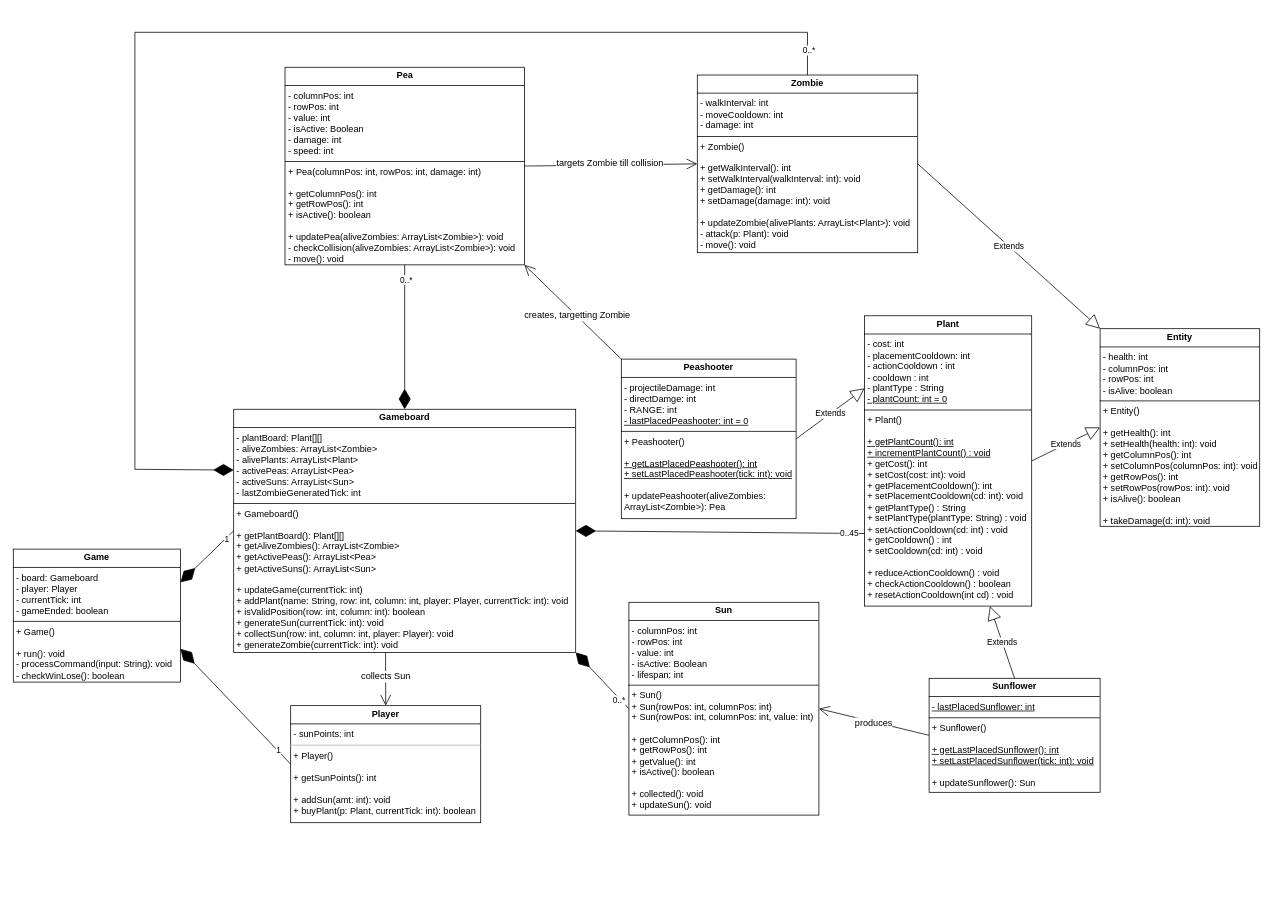
Before: pvz-uml.drawio in gabespineli/plants-vs-zombies, a draw.io diagram. Source tidied: cells renumbered, new cells numbered last; positions are measured from the earlier drawing's top-left corner, leaving out a move shared by most shapes. Both pictures are drawn from the tidied source at 76%, with x=0, y=0 at pixel (13, 32).
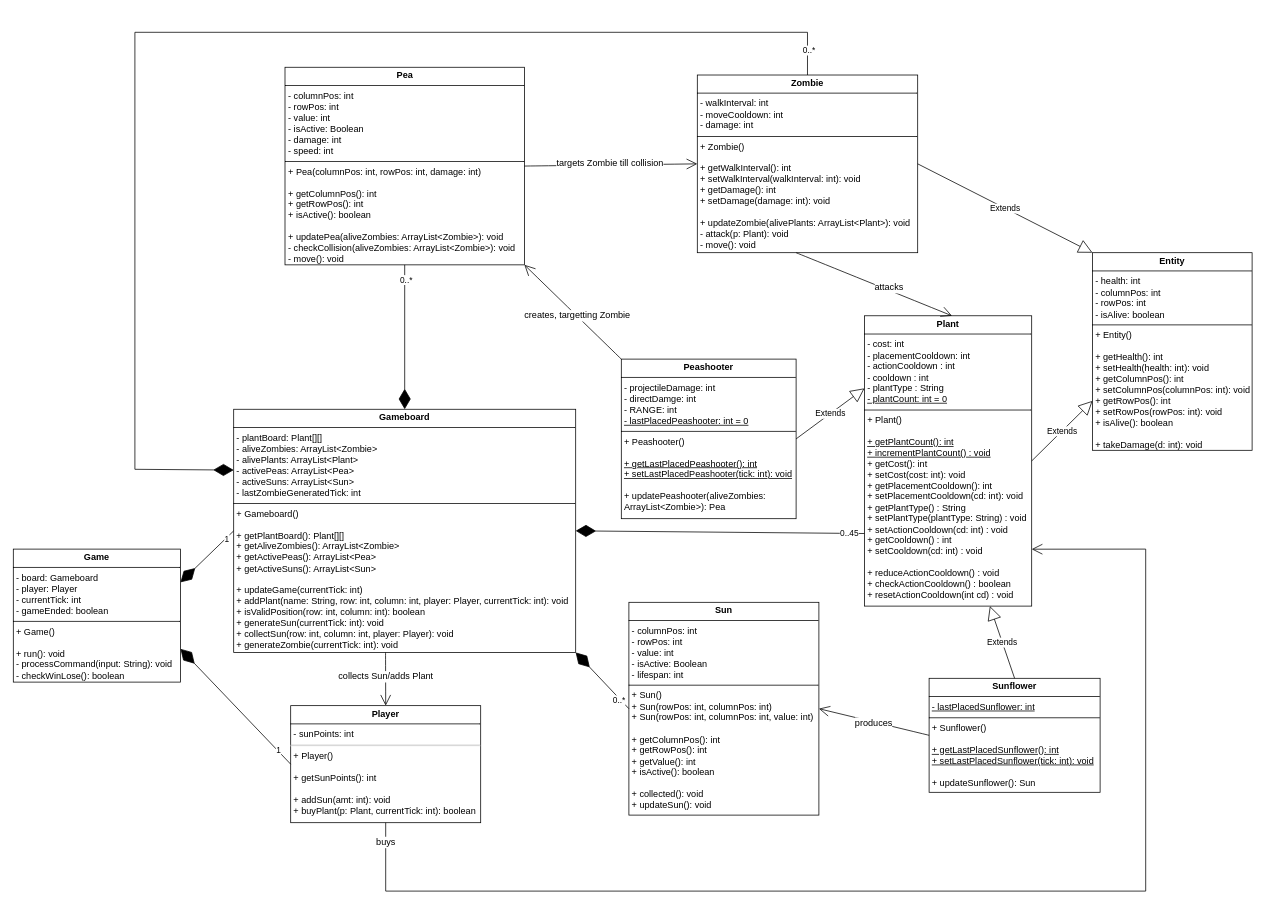
The same diagram, later.

Unchanged cells that the change refers to:
```xml
<mxCell id="3" value="&lt;p style=&quot;margin:0px;margin-top:4px;text-align:center;&quot;&gt;&lt;b&gt;Plant&lt;/b&gt;&lt;/p&gt;&lt;hr size=&quot;1&quot; style=&quot;border-style:solid;&quot;&gt;&lt;p style=&quot;margin:0px;margin-left:4px;&quot;&gt;- cost: int&lt;/p&gt;&lt;p style=&quot;margin:0px;margin-left:4px;&quot;&gt;- placementCooldown: int&lt;/p&gt;&lt;p style=&quot;margin:0px;margin-left:4px;&quot;&gt;- actionCooldown : int&lt;/p&gt;&lt;p style=&quot;margin:0px;margin-left:4px;&quot;&gt;- cooldown : int&lt;/p&gt;&lt;p style=&quot;margin:0px;margin-left:4px;&quot;&gt;- plantType : String&lt;/p&gt;&lt;p style=&quot;margin:0px;margin-left:4px;&quot;&gt;&lt;u&gt;- plantCount: int = 0&lt;/u&gt;&lt;/p&gt;&lt;hr size=&quot;1&quot; style=&quot;border-style:solid;&quot;&gt;&lt;p style=&quot;margin:0px;margin-left:4px;&quot;&gt;+ Plant()&lt;/p&gt;&lt;p style=&quot;margin:0px;margin-left:4px;&quot;&gt;&lt;br&gt;&lt;/p&gt;&lt;p style=&quot;margin:0px;margin-left:4px;&quot;&gt;&lt;u&gt;+ getPlantCount(): int&lt;/u&gt;&lt;/p&gt;&lt;p style=&quot;margin:0px;margin-left:4px;&quot;&gt;&lt;u&gt;+ incrementPlantCount() : void&lt;/u&gt;&lt;/p&gt;&lt;p style=&quot;margin:0px;margin-left:4px;&quot;&gt;+ getCost(): int&lt;/p&gt;&lt;p style=&quot;margin:0px;margin-left:4px;&quot;&gt;+ setCost(cost: int): void&lt;/p&gt;&lt;p style=&quot;margin: 0px 0px 0px 4px;&quot;&gt;+ getPlacementCooldown(): int&lt;/p&gt;&lt;p style=&quot;margin: 0px 0px 0px 4px;&quot;&gt;+ setPlacementCooldown(cd: int): void&lt;/p&gt;&lt;p style=&quot;margin: 0px 0px 0px 4px;&quot;&gt;+ getPlantType() : String&lt;/p&gt;&lt;p style=&quot;margin: 0px 0px 0px 4px;&quot;&gt;+ s&lt;span style=&quot;background-color: transparent; color: light-dark(rgb(0, 0, 0), rgb(255, 255, 255));&quot;&gt;etPlantType(plantType: String) : void&lt;/span&gt;&lt;/p&gt;&lt;p style=&quot;margin: 0px 0px 0px 4px;&quot;&gt;&lt;span style=&quot;background-color: transparent; color: light-dark(rgb(0, 0, 0), rgb(255, 255, 255));&quot;&gt;+ setActionCooldown(cd: int) : void&lt;/span&gt;&lt;/p&gt;&lt;p style=&quot;margin: 0px 0px 0px 4px;&quot;&gt;&lt;span style=&quot;background-color: transparent; color: light-dark(rgb(0, 0, 0), rgb(255, 255, 255));&quot;&gt;+ getCooldown() : int&lt;/span&gt;&lt;/p&gt;&lt;p style=&quot;margin: 0px 0px 0px 4px;&quot;&gt;&lt;span style=&quot;background-color: transparent; color: light-dark(rgb(0, 0, 0), rgb(255, 255, 255));&quot;&gt;+ setCooldown(cd: int) : void&lt;/span&gt;&lt;/p&gt;&lt;p style=&quot;margin: 0px 0px 0px 4px;&quot;&gt;&lt;span style=&quot;background-color: transparent; color: light-dark(rgb(0, 0, 0), rgb(255, 255, 255));&quot;&gt;&lt;br&gt;&lt;/span&gt;&lt;/p&gt;&lt;p style=&quot;margin: 0px 0px 0px 4px;&quot;&gt;&lt;span style=&quot;background-color: transparent; color: light-dark(rgb(0, 0, 0), rgb(255, 255, 255));&quot;&gt;+ reduceActionCooldown() : void&lt;/span&gt;&lt;/p&gt;&lt;p style=&quot;margin: 0px 0px 0px 4px;&quot;&gt;&lt;span style=&quot;background-color: transparent; color: light-dark(rgb(0, 0, 0), rgb(255, 255, 255));&quot;&gt;+ checkActionCooldown() : boolean&lt;/span&gt;&lt;/p&gt;&lt;p style=&quot;margin: 0px 0px 0px 4px;&quot;&gt;&lt;span style=&quot;background-color: transparent; color: light-dark(rgb(0, 0, 0), rgb(255, 255, 255));&quot;&gt;+ resetActionCooldown(int cd) : void&lt;/span&gt;&lt;/p&gt;&lt;p style=&quot;margin: 0px 0px 0px 4px;&quot;&gt;&lt;span style=&quot;background-color: transparent; color: light-dark(rgb(0, 0, 0), rgb(255, 255, 255));&quot;&gt;&lt;br&gt;&lt;/span&gt;&lt;/p&gt;&lt;p style=&quot;margin: 0px 0px 0px 4px;&quot;&gt;&lt;span style=&quot;background-color: transparent; color: light-dark(rgb(0, 0, 0), rgb(255, 255, 255));&quot;&gt;&lt;br&gt;&lt;/span&gt;&lt;/p&gt;&lt;p style=&quot;margin: 0px 0px 0px 4px;&quot;&gt;&lt;span style=&quot;background-color: transparent; color: light-dark(rgb(0, 0, 0), rgb(255, 255, 255));&quot;&gt;&lt;br&gt;&lt;/span&gt;&lt;/p&gt;" style="verticalAlign=top;align=left;overflow=fill;html=1;whiteSpace=wrap;" parent="1" vertex="1">
  <mxGeometry x="1120" y="373" width="220" height="382" as="geometry" />
</mxCell>
<mxCell id="7" value="&lt;p style=&quot;margin:0px;margin-top:4px;text-align:center;&quot;&gt;&lt;b&gt;Player&lt;/b&gt;&lt;/p&gt;&lt;hr size=&quot;1&quot; style=&quot;border-style:solid;&quot;&gt;&lt;p style=&quot;margin:0px;margin-left:4px;&quot;&gt;&lt;span style=&quot;background-color: transparent; color: light-dark(rgb(0, 0, 0), rgb(255, 255, 255));&quot;&gt;- sunPoints: int&lt;/span&gt;&lt;/p&gt;&lt;hr&gt;&lt;p style=&quot;margin:0px;margin-left:4px;&quot;&gt;+ Player()&lt;/p&gt;&lt;p style=&quot;margin:0px;margin-left:4px;&quot;&gt;&lt;br&gt;&lt;/p&gt;&lt;p style=&quot;margin:0px;margin-left:4px;&quot;&gt;+ getSunPoints(): int&lt;/p&gt;&lt;p style=&quot;margin:0px;margin-left:4px;&quot;&gt;&lt;br&gt;&lt;/p&gt;&lt;p style=&quot;margin:0px;margin-left:4px;&quot;&gt;+ addSun(amt: int): void&lt;/p&gt;&lt;p style=&quot;margin:0px;margin-left:4px;&quot;&gt;+ buyPlant(p: Plant, currentTick: int): boolean&lt;/p&gt;&lt;p style=&quot;margin:0px;margin-left:4px;&quot;&gt;&lt;br&gt;&lt;/p&gt;" style="verticalAlign=top;align=left;overflow=fill;html=1;whiteSpace=wrap;" parent="1" vertex="1">
  <mxGeometry x="365" y="886" width="250" height="154" as="geometry" />
</mxCell>
<mxCell id="34" style="endArrow=open;endFill=1;endSize=12;html=1;rounded=0;fontSize=12;curved=1;exitX=0.444;exitY=1;exitDx=0;exitDy=0;entryX=0.5;entryY=0;entryDx=0;entryDy=0;exitPerimeter=0;" parent="1" edge="1" source="8" target="7">
  <mxGeometry relative="1" as="geometry" />
</mxCell>
```

Diff of the diagram source:
```diff
@@
     <mxCell id="5" value="&lt;p style=&quot;margin:0px;margin-top:4px;text-align:center;&quot;&gt;&lt;b&gt;Entity&lt;/b&gt;&lt;/p&gt;&lt;hr size=&quot;1&quot; style=&quot;border-style:solid;&quot;&gt;&lt;p style=&quot;margin:0px;margin-left:4px;&quot;&gt;- health: int&lt;/p&gt;&lt;p style=&quot;margin:0px;margin-left:4px;&quot;&gt;- columnPos: int&lt;/p&gt;&lt;p style=&quot;margin:0px;margin-left:4px;&quot;&gt;- rowPos: int&lt;/p&gt;&lt;p style=&quot;margin:0px;margin-left:4px;&quot;&gt;- isAlive: boolean&lt;/p&gt;&lt;hr size=&quot;1&quot; style=&quot;border-style:solid;&quot;&gt;&lt;p style=&quot;margin:0px;margin-left:4px;&quot;&gt;+ Entity()&lt;/p&gt;&lt;p style=&quot;margin:0px;margin-left:4px;&quot;&gt;&lt;br&gt;&lt;/p&gt;&lt;p style=&quot;margin: 0px 0px 0px 4px;&quot;&gt;+ getHealth(): int&lt;/p&gt;&lt;p style=&quot;margin: 0px 0px 0px 4px;&quot;&gt;+ setHealth(health: int): void&lt;/p&gt;&lt;p style=&quot;margin: 0px 0px 0px 4px;&quot;&gt;+ getColumnPos(): int&lt;/p&gt;&lt;p style=&quot;margin: 0px 0px 0px 4px;&quot;&gt;+ setColumnPos(columnPos: int): void&lt;/p&gt;&lt;p style=&quot;margin: 0px 0px 0px 4px;&quot;&gt;+ getRowPos(): int&lt;/p&gt;&lt;p style=&quot;margin: 0px 0px 0px 4px;&quot;&gt;+ setRowPos(rowPos: int): void&lt;/p&gt;&lt;p style=&quot;margin: 0px 0px 0px 4px;&quot;&gt;+ isAlive(): boolean&lt;/p&gt;&lt;p style=&quot;margin: 0px 0px 0px 4px;&quot;&gt;&lt;br&gt;&lt;/p&gt;&lt;p style=&quot;margin:0px;margin-left:4px;&quot;&gt;+ takeDamage(d: int): void&lt;/p&gt;&lt;p style=&quot;margin:0px;margin-left:4px;&quot;&gt;&lt;br&gt;&lt;/p&gt;&lt;p style=&quot;margin:0px;margin-left:4px;&quot;&gt;&lt;br&gt;&lt;/p&gt;" style="verticalAlign=top;align=left;overflow=fill;html=1;whiteSpace=wrap;" parent="1" vertex="1">
-      <mxGeometry x="1430" y="390" width="210" height="260" as="geometry" />
+      <mxGeometry x="1420" y="290" width="210" height="260" as="geometry" />
     </mxCell>
@@
-    <mxCell id="12" value="Extends" style="endArrow=block;endSize=16;endFill=0;html=1;rounded=0;exitX=1;exitY=0.5;exitDx=0;exitDy=0;entryX=0;entryY=0.5;entryDx=0;entryDy=0;" parent="1" edge="1" source="3" target="5">
+    <mxCell id="12" value="Extends" style="endArrow=block;endSize=16;endFill=0;html=1;rounded=0;exitX=1;exitY=0.5;exitDx=0;exitDy=0;entryX=0;entryY=0.75;entryDx=0;entryDy=0;" parent="1" edge="1" source="3" target="5">
       <mxGeometry relative="1" as="geometry" />
     </mxCell>
@@
-    <mxCell id="35" value="collects Sun" style="edgeLabel;html=1;align=center;verticalAlign=middle;fontSize=12;" parent="34" vertex="1">
+    <mxCell id="35" value="collects Sun/adds Plant" style="edgeLabel;html=1;align=center;verticalAlign=middle;fontSize=12;" parent="34" vertex="1">
       <mxGeometry x="0.06" y="4" relative="1" as="geometry">
         <mxPoint x="-4" y="-5" as="offset" />
       </mxGeometry>
     </mxCell>
+    <mxCell id="36" style="endArrow=open;endFill=1;endSize=12;html=1;rounded=0;fontSize=12;curved=0;exitX=0.5;exitY=1;exitDx=0;exitDy=0;entryX=1;entryY=0.804;entryDx=0;entryDy=0;entryPerimeter=0;" parent="1" edge="1" source="7" target="3">
+      <mxGeometry relative="1" as="geometry">
+        <Array as="points">
+          <mxPoint x="490" y="1130" />
+          <mxPoint x="1490" y="1130" />
+          <mxPoint x="1490" y="680" />
+        </Array>
+      </mxGeometry>
+    </mxCell>
+    <mxCell id="37" value="buys" style="edgeLabel;html=1;align=center;verticalAlign=middle;fontSize=12;" parent="36" vertex="1">
+      <mxGeometry x="-0.97" y="-1" relative="1" as="geometry" />
+    </mxCell>
+    <mxCell id="38" style="endArrow=open;endFill=1;endSize=12;html=1;rounded=0;fontSize=12;curved=1;entryX=0.5;entryY=0;entryDx=0;entryDy=0;" parent="1" edge="1">
+      <mxGeometry relative="1" as="geometry">
+        <mxPoint x="1030" y="290" as="sourcePoint" />
+        <mxPoint x="1235.1" y="373" as="targetPoint" />
+      </mxGeometry>
+    </mxCell>
+    <mxCell id="39" value="attacks" style="edgeLabel;html=1;align=center;verticalAlign=middle;fontSize=12;" parent="38" vertex="1">
+      <mxGeometry x="0.06" y="4" relative="1" as="geometry">
+        <mxPoint x="12" y="5" as="offset" />
+      </mxGeometry>
+    </mxCell>
```
